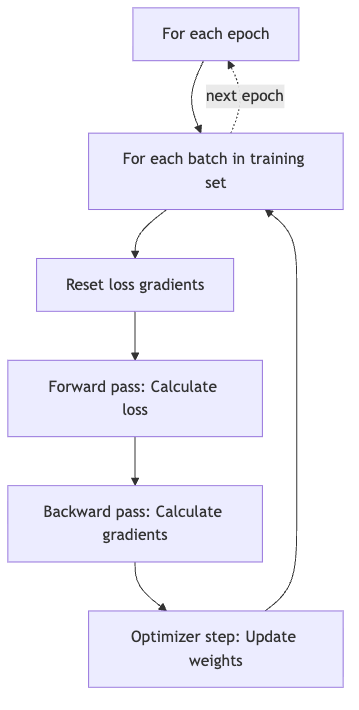
This is book/figures/generated/pretraining_loss_and_loop_fig01.png from tanishk147/LLM-Playlist-to-book, a Mermaid export, as it was before one commit. Its source is kept beside it as book/figures/generated/pretraining_loss_and_loop_fig01.mmd.
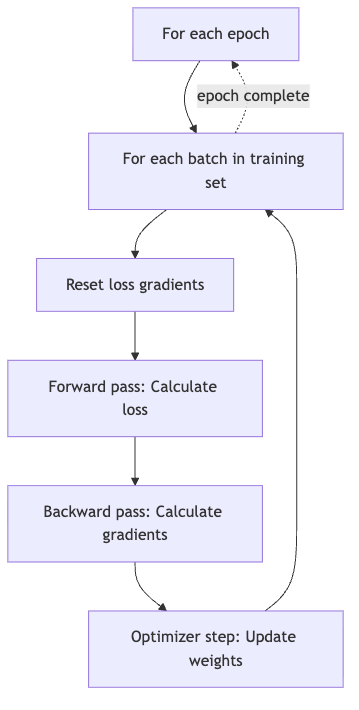
Above is the later version.

Change to the diagram source:
```diff
@@ -5,4 +5,4 @@
     D --> E["Backward pass: Calculate gradients"]
     E --> F["Optimizer step: Update weights"]
     F --> B
-    B -.->|next epoch| A
+    B -.->|epoch complete| A
```
